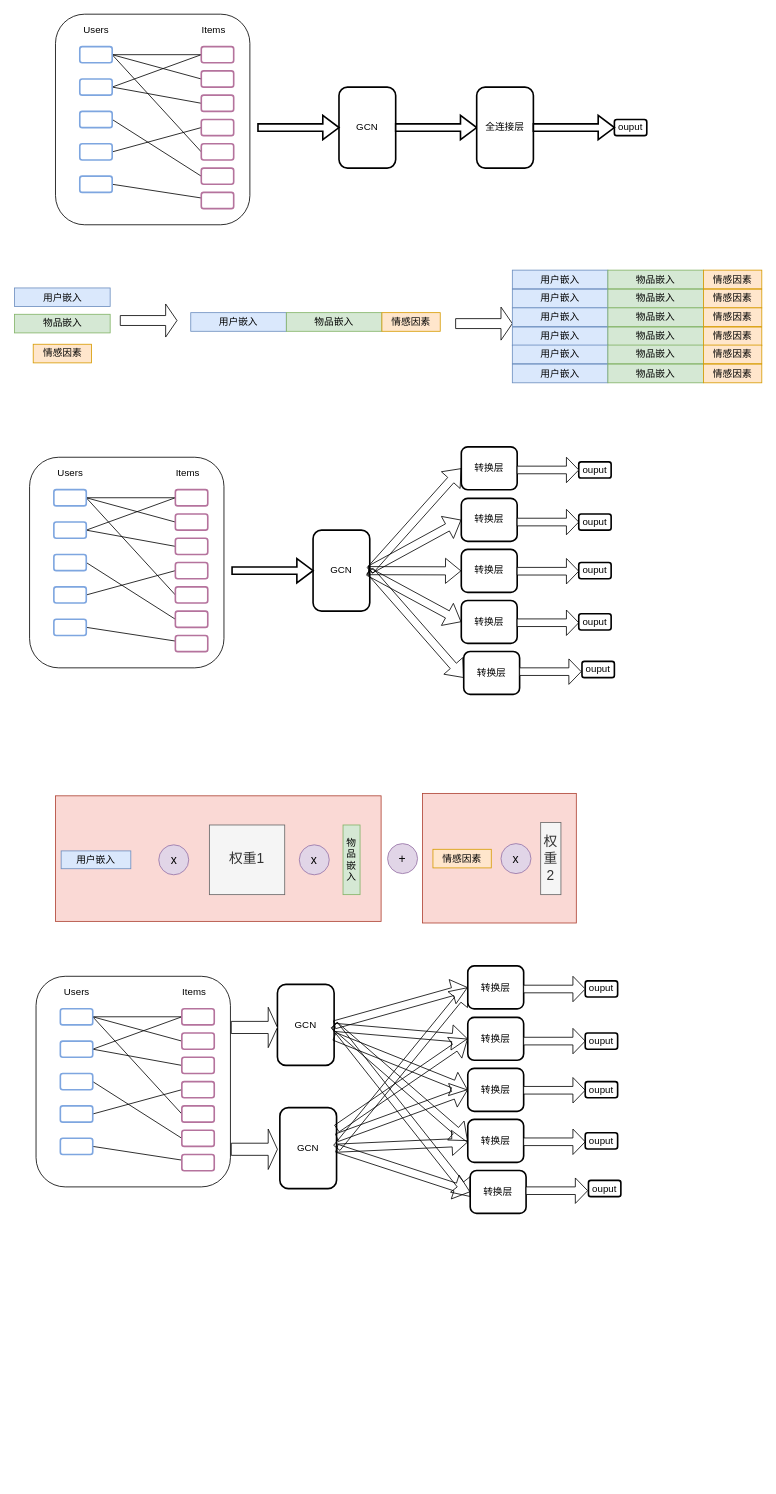
This is GCN.drawio from hqius/draw, a draw.io file, before an edit. Source tidied: cells renumbered, new cells numbered last; positions are measured from the earlier drawing's top-left corner, leaving out a move shared by most shapes. Both pictures are drawn from the tidied source at 81%, with x=0, y=0 at pixel (15, 14).
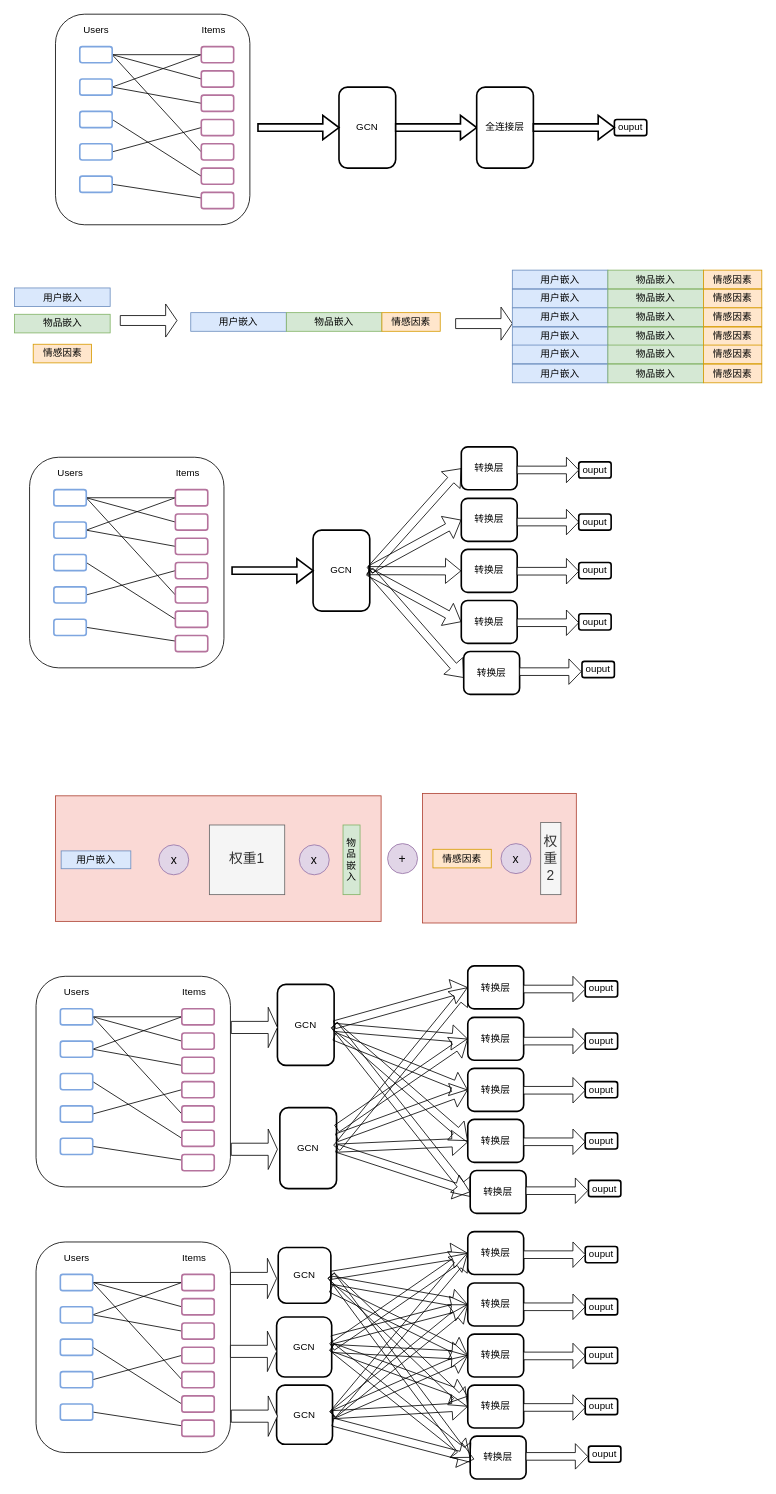
The same page after the edit.

What changed in the source:
```diff
@@
+    <mxCell id="166" value="&lt;p class=&quot;MsoNormal&quot;&gt;&lt;span style=&quot;font-weight: normal ; font-size: 10.5000pt&quot;&gt;&amp;nbsp;&lt;/span&gt;&lt;/p&gt;" style="text;whiteSpace=wrap;html=1;" parent="1" vertex="1">
+      <mxGeometry x="258.1" y="1584.8" width="24" height="52" as="geometry" />
+    </mxCell>
+    <mxCell id="167" style="rounded=1;whiteSpace=wrap;html=1;" parent="1" vertex="1">
+      <mxGeometry x="26" y="1515.8" width="240" height="260" as="geometry" />
+    </mxCell>
+    <mxCell id="168" style="rounded=0;jettySize=auto;html=1;exitX=1;exitY=0.5;exitDx=0;exitDy=0;entryX=0;entryY=0.5;entryDx=0;entryDy=0;endArrow=none;endFill=0;" parent="1" edge="1" source="171" target="182">
+      <mxGeometry relative="1" as="geometry" />
+    </mxCell>
+    <mxCell id="169" style="rounded=0;jettySize=auto;html=1;exitX=1;exitY=0.5;exitDx=0;exitDy=0;entryX=0;entryY=0.5;entryDx=0;entryDy=0;flowAnimation=0;endArrow=none;endFill=0;" parent="1" edge="1" source="171" target="183">
+      <mxGeometry relative="1" as="geometry" />
+    </mxCell>
+    <mxCell id="170" style="edgeStyle=none;rounded=0;jettySize=auto;html=1;exitX=1;exitY=0.5;exitDx=0;exitDy=0;entryX=0;entryY=0.5;entryDx=0;entryDy=0;endArrow=none;endFill=0;" parent="1" edge="1" source="171" target="186">
+      <mxGeometry relative="1" as="geometry" />
+    </mxCell>
+    <mxCell id="171" style="rounded=1;whiteSpace=wrap;html=1;strokeColor=#7EA6E0;strokeWidth=2;" parent="1" vertex="1">
+      <mxGeometry x="56" y="1555.8" width="40" height="20" as="geometry" />
+    </mxCell>
+    <mxCell id="172" style="edgeStyle=none;rounded=0;jettySize=auto;html=1;exitX=1;exitY=0.5;exitDx=0;exitDy=0;entryX=0;entryY=0.5;entryDx=0;entryDy=0;endArrow=none;endFill=0;" parent="1" edge="1" source="174" target="184">
+      <mxGeometry relative="1" as="geometry" />
+    </mxCell>
+    <mxCell id="173" style="edgeStyle=none;rounded=0;jettySize=auto;html=1;exitX=1;exitY=0.5;exitDx=0;exitDy=0;entryX=0;entryY=0.5;entryDx=0;entryDy=0;endArrow=none;endFill=0;" parent="1" edge="1" source="174" target="182">
+      <mxGeometry relative="1" as="geometry" />
+    </mxCell>
+    <mxCell id="174" style="rounded=1;whiteSpace=wrap;html=1;strokeColor=#7EA6E0;strokeWidth=2;" parent="1" vertex="1">
+      <mxGeometry x="56" y="1595.8" width="40" height="20" as="geometry" />
+    </mxCell>
+    <mxCell id="175" style="edgeStyle=none;rounded=0;jettySize=auto;html=1;exitX=1;exitY=0.5;exitDx=0;exitDy=0;entryX=0;entryY=0.5;entryDx=0;entryDy=0;endArrow=none;endFill=0;" parent="1" edge="1" source="176" target="187">
+      <mxGeometry relative="1" as="geometry" />
+    </mxCell>
+    <mxCell id="176" style="rounded=1;whiteSpace=wrap;html=1;strokeColor=#7EA6E0;strokeWidth=2;" parent="1" vertex="1">
+      <mxGeometry x="56" y="1635.8" width="40" height="20" as="geometry" />
+    </mxCell>
+    <mxCell id="177" style="edgeStyle=none;rounded=0;jettySize=auto;html=1;exitX=1;exitY=0.5;exitDx=0;exitDy=0;entryX=0;entryY=0.5;entryDx=0;entryDy=0;endArrow=none;endFill=0;" parent="1" edge="1" source="178" target="185">
+      <mxGeometry relative="1" as="geometry" />
+    </mxCell>
+    <mxCell id="178" style="rounded=1;whiteSpace=wrap;html=1;strokeColor=#7EA6E0;strokeWidth=2;" parent="1" vertex="1">
+      <mxGeometry x="56" y="1675.8" width="40" height="20" as="geometry" />
+    </mxCell>
+    <mxCell id="179" style="edgeStyle=none;rounded=0;jettySize=auto;html=1;exitX=1;exitY=0.5;exitDx=0;exitDy=0;endArrow=none;endFill=0;" parent="1" edge="1" source="180" target="188">
+      <mxGeometry relative="1" as="geometry" />
+    </mxCell>
+    <mxCell id="180" style="rounded=1;whiteSpace=wrap;html=1;strokeColor=#7EA6E0;strokeWidth=2;" parent="1" vertex="1">
+      <mxGeometry x="56" y="1715.8" width="40" height="20" as="geometry" />
+    </mxCell>
+    <mxCell id="181" value="Users" style="text;html=1;align=center;verticalAlign=middle;fillColor=none;strokeColor=none;rounded=0;" parent="1" vertex="1">
+      <mxGeometry x="51" y="1525.8" width="50" height="20" as="geometry" />
+    </mxCell>
+    <mxCell id="182" style="rounded=1;whiteSpace=wrap;html=1;strokeWidth=2;strokeColor=#B5739D;" parent="1" vertex="1">
+      <mxGeometry x="206" y="1555.8" width="40" height="20" as="geometry" />
+    </mxCell>
+    <mxCell id="183" style="rounded=1;whiteSpace=wrap;html=1;strokeWidth=2;strokeColor=#B5739D;" parent="1" vertex="1">
+      <mxGeometry x="206" y="1585.8" width="40" height="20" as="geometry" />
+    </mxCell>
+    <mxCell id="184" style="rounded=1;whiteSpace=wrap;html=1;strokeWidth=2;strokeColor=#B5739D;" parent="1" vertex="1">
+      <mxGeometry x="206" y="1615.8" width="40" height="20" as="geometry" />
+    </mxCell>
+    <mxCell id="185" style="rounded=1;whiteSpace=wrap;html=1;strokeWidth=2;strokeColor=#B5739D;" parent="1" vertex="1">
+      <mxGeometry x="206" y="1645.8" width="40" height="20" as="geometry" />
+    </mxCell>
+    <mxCell id="186" style="rounded=1;whiteSpace=wrap;html=1;strokeWidth=2;strokeColor=#B5739D;" parent="1" vertex="1">
+      <mxGeometry x="206" y="1675.8" width="40" height="20" as="geometry" />
+    </mxCell>
+    <mxCell id="187" style="rounded=1;whiteSpace=wrap;html=1;strokeWidth=2;strokeColor=#B5739D;" parent="1" vertex="1">
+      <mxGeometry x="206" y="1705.8" width="40" height="20" as="geometry" />
+    </mxCell>
+    <mxCell id="188" style="rounded=1;whiteSpace=wrap;html=1;strokeWidth=2;strokeColor=#B5739D;" parent="1" vertex="1">
+      <mxGeometry x="206" y="1735.8" width="40" height="20" as="geometry" />
+    </mxCell>
+    <mxCell id="189" value="Items" style="text;html=1;align=center;verticalAlign=middle;fillColor=none;strokeColor=none;rounded=0;" parent="1" vertex="1">
+      <mxGeometry x="196" y="1525.8" width="50" height="20" as="geometry" />
+    </mxCell>
+    <mxCell id="190" value="GCN" style="rounded=1;whiteSpace=wrap;html=1;strokeWidth=2;" parent="1" vertex="1">
+      <mxGeometry x="325" y="1522.6" width="65" height="68.8" as="geometry" />
+    </mxCell>
+    <mxCell id="191" value="转换层" style="rounded=1;whiteSpace=wrap;html=1;strokeWidth=2;" parent="1" vertex="1">
+      <mxGeometry x="559" y="1503" width="69" height="53" as="geometry" />
+    </mxCell>
+    <mxCell id="192" value="ouput" style="rounded=1;whiteSpace=wrap;html=1;strokeWidth=2;" parent="1" vertex="1">
+      <mxGeometry x="704" y="1521.4" width="40" height="20" as="geometry" />
+    </mxCell>
+    <mxCell id="193" value="转换层" style="rounded=1;whiteSpace=wrap;html=1;strokeWidth=2;" parent="1" vertex="1">
+      <mxGeometry x="559" y="1566.5" width="69" height="53" as="geometry" />
+    </mxCell>
+    <mxCell id="194" value="转换层" style="rounded=1;whiteSpace=wrap;html=1;strokeWidth=2;" parent="1" vertex="1">
+      <mxGeometry x="559" y="1629.5" width="69" height="53" as="geometry" />
+    </mxCell>
+    <mxCell id="195" value="转换层" style="rounded=1;whiteSpace=wrap;html=1;strokeWidth=2;" parent="1" vertex="1">
+      <mxGeometry x="559" y="1692.5" width="69" height="53" as="geometry" />
+    </mxCell>
+    <mxCell id="196" value="转换层" style="rounded=1;whiteSpace=wrap;html=1;strokeWidth=2;" parent="1" vertex="1">
+      <mxGeometry x="562" y="1755.5" width="69" height="53" as="geometry" />
+    </mxCell>
+    <mxCell id="197" style="shape=flexArrow;endArrow=classic;html=1;entryX=0;entryY=0.5;entryDx=0;entryDy=0;exitX=1;exitY=0.5;exitDx=0;exitDy=0;" parent="1" edge="1" source="190" target="191">
+      <mxGeometry relative="1" as="geometry" />
+    </mxCell>
+    <mxCell id="198" style="shape=flexArrow;endArrow=classic;html=1;entryX=0;entryY=0.5;entryDx=0;entryDy=0;" parent="1" edge="1" source="190" target="193">
+      <mxGeometry relative="1" as="geometry" />
+    </mxCell>
+    <mxCell id="199" style="shape=flexArrow;endArrow=classic;html=1;entryX=0;entryY=0.5;entryDx=0;entryDy=0;" parent="1" edge="1" source="190" target="194">
+      <mxGeometry relative="1" as="geometry" />
+    </mxCell>
+    <mxCell id="200" style="shape=flexArrow;endArrow=classic;html=1;entryX=0;entryY=0.5;entryDx=0;entryDy=0;exitX=1;exitY=0.5;exitDx=0;exitDy=0;" parent="1" edge="1" source="190" target="195">
+      <mxGeometry relative="1" as="geometry" />
+    </mxCell>
+    <mxCell id="201" style="shape=flexArrow;endArrow=classic;html=1;entryX=0;entryY=0.5;entryDx=0;entryDy=0;exitX=1;exitY=0.5;exitDx=0;exitDy=0;" parent="1" edge="1" source="190">
+      <mxGeometry relative="1" as="geometry">
+        <mxPoint x="562" y="1788" as="targetPoint" />
+      </mxGeometry>
+    </mxCell>
+    <mxCell id="202" style="shape=singleArrow;whiteSpace=wrap;html=1;glass=1;" parent="1" vertex="1">
+      <mxGeometry x="628" y="1515.8" width="76" height="31.4" as="geometry" />
+    </mxCell>
+    <mxCell id="203" style="shape=singleArrow;whiteSpace=wrap;html=1;glass=1;" parent="1" vertex="1">
+      <mxGeometry x="628" y="1580.1" width="76" height="31.4" as="geometry" />
+    </mxCell>
+    <mxCell id="204" value="ouput" style="rounded=1;whiteSpace=wrap;html=1;strokeWidth=2;" parent="1" vertex="1">
+      <mxGeometry x="704" y="1585.8" width="40" height="20" as="geometry" />
+    </mxCell>
+    <mxCell id="205" style="shape=singleArrow;whiteSpace=wrap;html=1;glass=1;" parent="1" vertex="1">
+      <mxGeometry x="628" y="1640.8" width="76" height="31.4" as="geometry" />
+    </mxCell>
+    <mxCell id="206" value="ouput" style="rounded=1;whiteSpace=wrap;html=1;strokeWidth=2;" parent="1" vertex="1">
+      <mxGeometry x="704" y="1645.8" width="40" height="20" as="geometry" />
+    </mxCell>
+    <mxCell id="207" style="shape=singleArrow;whiteSpace=wrap;html=1;glass=1;" parent="1" vertex="1">
+      <mxGeometry x="628" y="1704.4" width="76" height="31.4" as="geometry" />
+    </mxCell>
+    <mxCell id="208" value="ouput" style="rounded=1;whiteSpace=wrap;html=1;strokeWidth=2;" parent="1" vertex="1">
+      <mxGeometry x="704" y="1709" width="40" height="20" as="geometry" />
+    </mxCell>
+    <mxCell id="209" style="shape=singleArrow;whiteSpace=wrap;html=1;glass=1;" parent="1" vertex="1">
+      <mxGeometry x="631" y="1764.8" width="76" height="31.4" as="geometry" />
+    </mxCell>
+    <mxCell id="210" value="ouput" style="rounded=1;whiteSpace=wrap;html=1;strokeWidth=2;" parent="1" vertex="1">
+      <mxGeometry x="708" y="1767.8" width="40" height="20" as="geometry" />
+    </mxCell>
+    <mxCell id="211" value="GCN" style="rounded=1;whiteSpace=wrap;html=1;strokeWidth=2;" parent="1" vertex="1">
+      <mxGeometry x="323" y="1608.5" width="68" height="74" as="geometry" />
+    </mxCell>
+    <mxCell id="212" style="shape=flexArrow;endArrow=classic;html=1;entryX=0;entryY=0.5;entryDx=0;entryDy=0;exitX=1;exitY=0.5;exitDx=0;exitDy=0;" parent="1" edge="1" source="211" target="191">
+      <mxGeometry relative="1" as="geometry" />
+    </mxCell>
+    <mxCell id="213" style="shape=flexArrow;endArrow=classic;html=1;entryX=0;entryY=0.5;entryDx=0;entryDy=0;" parent="1" edge="1" source="211" target="193">
+      <mxGeometry relative="1" as="geometry" />
+    </mxCell>
+    <mxCell id="214" style="shape=flexArrow;endArrow=classic;html=1;entryX=0;entryY=0.5;entryDx=0;entryDy=0;" parent="1" edge="1" source="211" target="194">
+      <mxGeometry relative="1" as="geometry" />
+    </mxCell>
+    <mxCell id="215" style="shape=flexArrow;endArrow=classic;html=1;exitX=1;exitY=0.5;exitDx=0;exitDy=0;" parent="1" edge="1" source="211" target="195">
+      <mxGeometry relative="1" as="geometry" />
+    </mxCell>
+    <mxCell id="216" style="shape=flexArrow;endArrow=classic;html=1;entryX=0;entryY=0.5;entryDx=0;entryDy=0;exitX=1;exitY=0.5;exitDx=0;exitDy=0;" parent="1" edge="1" source="211" target="196">
+      <mxGeometry relative="1" as="geometry" />
+    </mxCell>
+    <mxCell id="217" style="shape=singleArrow;whiteSpace=wrap;html=1;glass=0;" parent="1" vertex="1">
+      <mxGeometry x="266" y="1535.9" width="57" height="49.9" as="geometry" />
+    </mxCell>
+    <mxCell id="218" style="shape=singleArrow;whiteSpace=wrap;html=1;glass=0;" parent="1" vertex="1">
+      <mxGeometry x="266" y="1625.9" width="57" height="49.9" as="geometry" />
+    </mxCell>
+    <mxCell id="219" value="GCN" style="rounded=1;whiteSpace=wrap;html=1;strokeWidth=2;" parent="1" vertex="1">
+      <mxGeometry x="323" y="1692.5" width="69" height="73.1" as="geometry" />
+    </mxCell>
+    <mxCell id="220" style="shape=singleArrow;whiteSpace=wrap;html=1;glass=0;" parent="1" vertex="1">
+      <mxGeometry x="267" y="1705.9" width="57" height="49.9" as="geometry" />
+    </mxCell>
+    <mxCell id="221" style="shape=flexArrow;endArrow=classic;html=1;exitX=1;exitY=0.5;exitDx=0;exitDy=0;entryX=0;entryY=0.5;entryDx=0;entryDy=0;" parent="1" edge="1" source="219" target="191">
+      <mxGeometry relative="1" as="geometry" />
+    </mxCell>
+    <mxCell id="222" style="shape=flexArrow;endArrow=classic;html=1;exitX=1;exitY=0.5;exitDx=0;exitDy=0;entryX=0;entryY=0.5;entryDx=0;entryDy=0;" parent="1" edge="1" source="219" target="193">
+      <mxGeometry relative="1" as="geometry" />
+    </mxCell>
+    <mxCell id="223" style="shape=flexArrow;endArrow=classic;html=1;entryX=0;entryY=0.5;entryDx=0;entryDy=0;exitX=1;exitY=0.5;exitDx=0;exitDy=0;" parent="1" edge="1" source="219" target="194">
+      <mxGeometry relative="1" as="geometry" />
+    </mxCell>
+    <mxCell id="224" style="shape=flexArrow;endArrow=classic;html=1;entryX=0;entryY=0.5;entryDx=0;entryDy=0;exitX=1;exitY=0.5;exitDx=0;exitDy=0;" parent="1" edge="1" source="219" target="195">
+      <mxGeometry relative="1" as="geometry" />
+    </mxCell>
+    <mxCell id="225" style="shape=flexArrow;endArrow=classic;html=1;" parent="1" edge="1" source="219">
+      <mxGeometry relative="1" as="geometry">
+        <mxPoint x="567" y="1784" as="targetPoint" />
+      </mxGeometry>
+    </mxCell>
```
